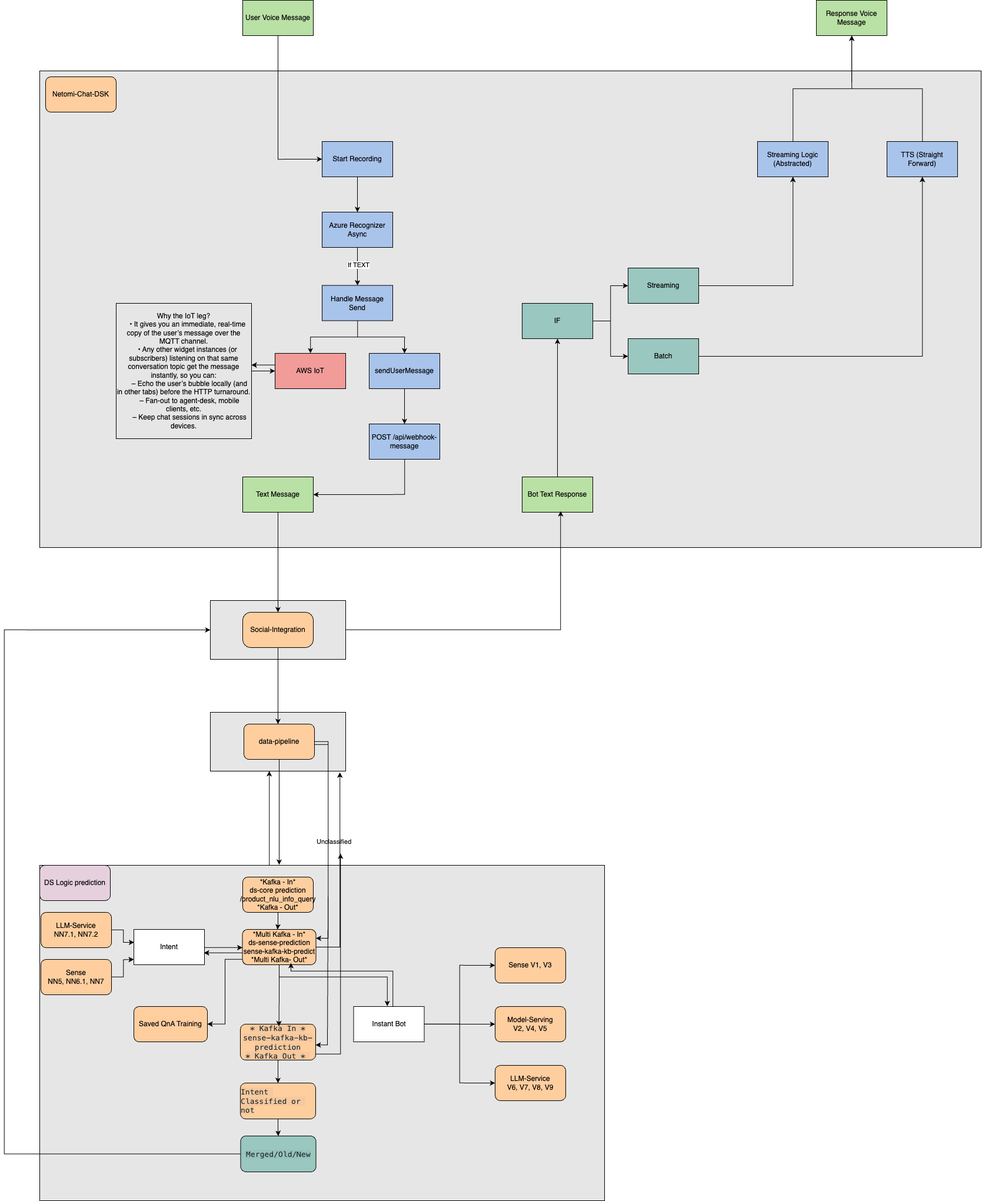
Before: Acrh Oration Current Detailed.png, a diagram exported from draw.io (anirudh-32/Images). Source tidied: cells renumbered, new cells last; positions are measured from the earlier drawing's top-left corner, leaving out a move shared by most shapes.
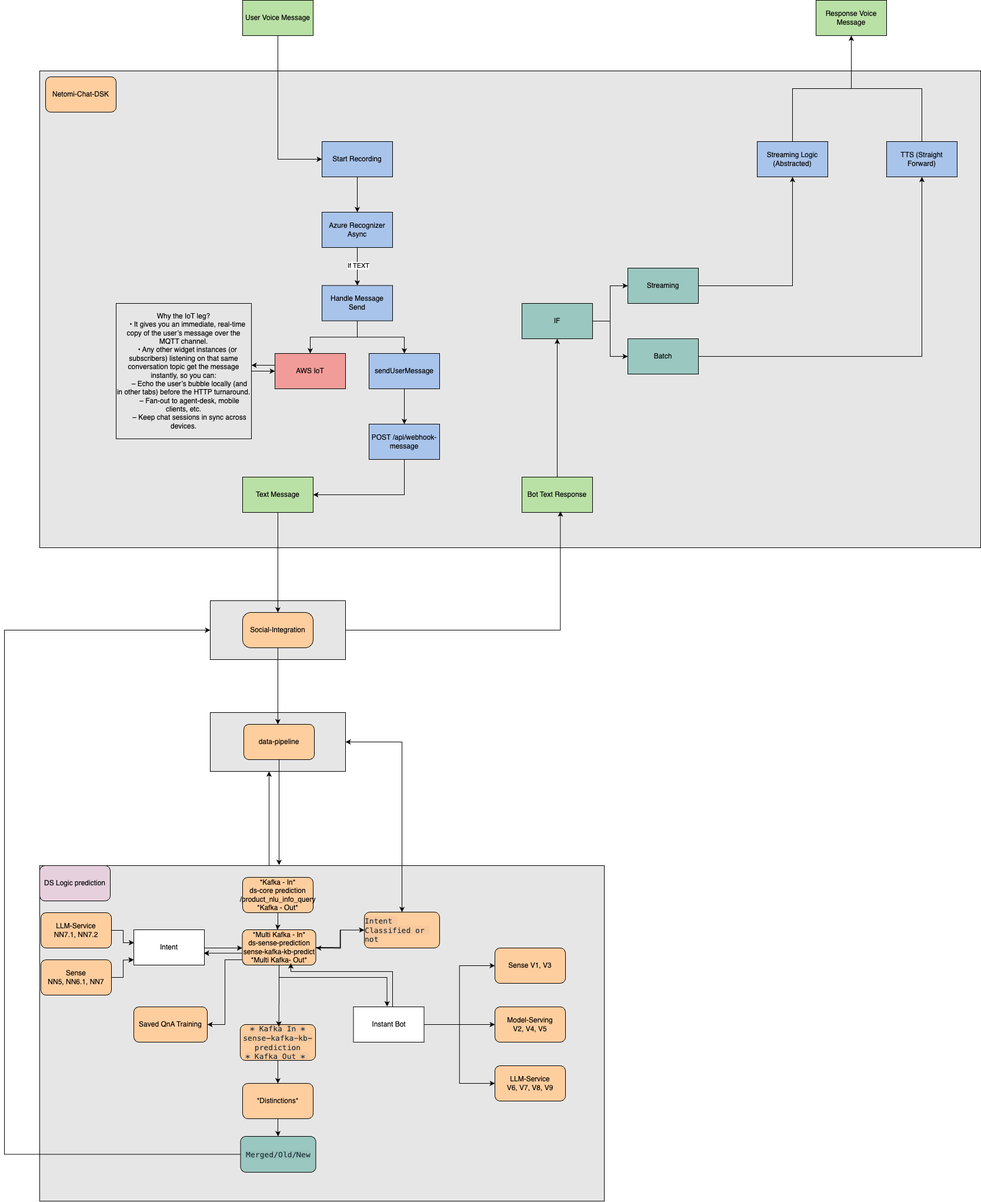
The same file after the commit.

The edit, as a diff of the source:
```diff
@@ -163,29 +163,6 @@
     <mxCell id="45" value="DS Logic prediction" style="rounded=1;whiteSpace=wrap;html=1;fillColor=#E6D0DE;" parent="1" vertex="1">
       <mxGeometry x="60" y="1470" width="120" height="60" as="geometry" />
     </mxCell>
-    <mxCell id="46" style="edgeStyle=orthogonalEdgeStyle;rounded=0;jettySize=auto;html=1;entryX=1;entryY=0.25;entryDx=0;entryDy=0;" parent="1" edge="1" source="49" target="56">
-      <mxGeometry relative="1" as="geometry">
-        <Array as="points">
-          <mxPoint x="550" y="1260" />
-          <mxPoint x="550" y="1594" />
-        </Array>
-      </mxGeometry>
-    </mxCell>
-    <mxCell id="47" value="&amp;nbsp; &amp;nbsp; &amp;nbsp; Unclassified" style="edgeLabel;html=1;align=center;verticalAlign=middle;" parent="46" vertex="1">
-      <mxGeometry x="0.01" y="-1" relative="1" as="geometry" />
-    </mxCell>
-    <mxCell id="48" style="edgeStyle=orthogonalEdgeStyle;rounded=0;orthogonalLoop=1;jettySize=auto;html=1;entryX=1;entryY=0.5;entryDx=0;entryDy=0;" parent="1" edge="1">
-      <mxGeometry relative="1" as="geometry">
-        <mxPoint x="527" y="1264.8" as="sourcePoint" />
-        <mxPoint x="529" y="1775.2" as="targetPoint" />
-        <Array as="points">
-          <mxPoint x="550" y="1264.8" />
-          <mxPoint x="550" y="1519.8" />
-          <mxPoint x="549" y="1519.8" />
-          <mxPoint x="549" y="1774.8" />
-        </Array>
-      </mxGeometry>
-    </mxCell>
     <mxCell id="49" value="data-pipeline" style="rounded=1;whiteSpace=wrap;html=1;fillColor=#FFCE9F;" parent="1" vertex="1">
       <mxGeometry x="407" y="1230" width="120" height="60" as="geometry" />
     </mxCell>
@@ -233,6 +210,9 @@
         </Array>
       </mxGeometry>
     </mxCell>
+    <mxCell id="82" style="edgeStyle=orthogonalEdgeStyle;rounded=0;jettySize=auto;html=1;" parent="1" edge="1" source="56" target="79">
+      <mxGeometry relative="1" as="geometry" />
+    </mxCell>
     <mxCell id="56" value="&lt;div&gt;&lt;br&gt;&lt;/div&gt;*Multi Kafka - In*&lt;div&gt;ds-sense-prediction&lt;/div&gt;&lt;div&gt;sense-kafka-kb-predict&lt;br&gt;*Multi Kafka- Out*&lt;br&gt;&lt;br&gt;&lt;/div&gt;" style="rounded=1;whiteSpace=wrap;html=1;fillColor=#FFCE9F;" parent="1" vertex="1">
       <mxGeometry x="404.5" y="1579" width="125" height="60" as="geometry" />
     </mxCell>
@@ -261,15 +241,6 @@
         <mxPoint x="220" y="1630" as="targetPoint" />
       </mxGeometry>
     </mxCell>
-    <mxCell id="63" style="edgeStyle=orthogonalEdgeStyle;rounded=0;jettySize=auto;html=1;" parent="1" edge="1" source="56">
-      <mxGeometry relative="1" as="geometry">
-        <mxPoint x="570" y="1310" as="targetPoint" />
-        <Array as="points">
-          <mxPoint x="570" y="1609" />
-          <mxPoint x="570" y="1312" />
-        </Array>
-      </mxGeometry>
-    </mxCell>
     <mxCell id="64" style="edgeStyle=orthogonalEdgeStyle;rounded=0;jettySize=auto;html=1;entryX=0.477;entryY=0;entryDx=0;entryDy=0;entryPerimeter=0;" parent="1" edge="1" source="52" target="56">
       <mxGeometry relative="1" as="geometry" />
     </mxCell>
@@ -297,9 +268,9 @@
     <mxCell id="72" value="Saved QnA Training" style="rounded=1;whiteSpace=wrap;html=1;fillColor=#FFCE9F;" parent="1" vertex="1">
       <mxGeometry x="220" y="1710" width="125" height="60" as="geometry" />
     </mxCell>
-    <mxCell id="73" style="edgeStyle=orthogonalEdgeStyle;rounded=0;jettySize=auto;html=1;" parent="1" edge="1" source="74" target="79">
-      <mxGeometry relative="1" as="geometry" />
-    </mxCell>
+    <mxCell id="83" style="edgeStyle=orthogonalEdgeStyle;rounded=0;jettySize=auto;html=1;" parent="1" edge="1" source="74" target="88">
+      <mxGeometry relative="1" as="geometry" />
+    </mxCell>
     <mxCell id="74" value="&lt;div&gt;&lt;span style=&quot;white-space-collapse: preserve; color: rgba(28, 43, 52, 0.98); font-family: &amp;quot;Roboto Mono&amp;quot;, Menlo, &amp;quot;Liberation Mono&amp;quot;, Courier, monospace; font-size: 13px; text-align: left; background-color: rgba(88, 95, 112, 0.05);&quot;&gt;* Kafka In *&lt;/span&gt;&lt;/div&gt;&lt;span style=&quot;white-space-collapse: preserve; color: rgba(28, 43, 52, 0.98); font-family: &amp;quot;Roboto Mono&amp;quot;, Menlo, &amp;quot;Liberation Mono&amp;quot;, Courier, monospace; font-size: 13px; text-align: left; background-color: rgba(88, 95, 112, 0.05);&quot;&gt;sense&lt;/span&gt;&lt;span style=&quot;white-space-collapse: preserve; box-sizing: inherit; --code-background: var(--code-background-default,var(--ui-code-background)); --code-marker-background: #f2ecfc#b48fe11a; --code-marker-column-background: #cbb1ed80#b48fe133; --code-border: #e2e5ed#2c2b2b; --code-marker-numbers: #373b4680#ffffff4d; --code-text-purple: #632ca6#a26dd8; --code-text-yellow: #de5f0c#a68716; --code-text-green: #2a7e41#40ab5e; --code-text-blue: #006bc2#3d8bd0; --code-text-pink: #d60f86#ff00c7; --selected-code-highlight-color: #373b4633#d4d1d633; --code-text: var(--ui-text); font-family: &amp;quot;Roboto Mono&amp;quot;, Menlo, &amp;quot;Liberation Mono&amp;quot;, Courier, monospace; font-size: 13px; text-align: left; background-color: rgba(88, 95, 112, 0.05);&quot; class=&quot;hllog_quoted-string&quot;&gt;-&lt;/span&gt;&lt;span style=&quot;white-space-collapse: preserve; color: rgba(28, 43, 52, 0.98); font-family: &amp;quot;Roboto Mono&amp;quot;, Menlo, &amp;quot;Liberation Mono&amp;quot;, Courier, monospace; font-size: 13px; text-align: left; background-color: rgba(88, 95, 112, 0.05);&quot;&gt;kafka-kb&lt;/span&gt;&lt;span style=&quot;white-space-collapse: preserve; box-sizing: inherit; --code-background: var(--code-background-default,var(--ui-code-background)); --code-marker-background: #f2ecfc#b48fe11a; --code-marker-column-background: #cbb1ed80#b48fe133; --code-border: #e2e5ed#2c2b2b; --code-marker-numbers: #373b4680#ffffff4d; --code-text-purple: #632ca6#a26dd8; --code-text-yellow: #de5f0c#a68716; --code-text-green: #2a7e41#40ab5e; --code-text-blue: #006bc2#3d8bd0; --code-text-pink: #d60f86#ff00c7; --selected-code-highlight-color: #373b4633#d4d1d633; --code-text: var(--ui-text); font-family: &amp;quot;Roboto Mono&amp;quot;, Menlo, &amp;quot;Liberation Mono&amp;quot;, Courier, monospace; font-size: 13px; text-align: left; background-color: rgba(88, 95, 112, 0.05);&quot; class=&quot;hllog_quoted-string&quot;&gt;-&lt;/span&gt;&lt;span style=&quot;white-space-collapse: preserve; color: rgba(28, 43, 52, 0.98); font-family: &amp;quot;Roboto Mono&amp;quot;, Menlo, &amp;quot;Liberation Mono&amp;quot;, Courier, monospace; font-size: 13px; text-align: left; background-color: rgba(88, 95, 112, 0.05);&quot;&gt;prediction&lt;br/&gt;* Kafka Out * &lt;/span&gt;" style="rounded=1;whiteSpace=wrap;html=1;fillColor=#FFCE9F;" parent="1" vertex="1">
       <mxGeometry x="401" y="1740" width="128" height="61" as="geometry" />
     </mxCell>
@@ -314,22 +285,20 @@
         </Array>
       </mxGeometry>
     </mxCell>
-    <mxCell id="77" style="edgeStyle=orthogonalEdgeStyle;rounded=0;jettySize=auto;html=1;" parent="1" edge="1" source="79" target="81">
-      <mxGeometry relative="1" as="geometry" />
-    </mxCell>
-    <mxCell id="78" style="edgeStyle=orthogonalEdgeStyle;rounded=0;orthogonalLoop=1;jettySize=auto;html=1;exitX=0.991;exitY=0.831;exitDx=0;exitDy=0;exitPerimeter=0;" parent="1" edge="1">
-      <mxGeometry relative="1" as="geometry">
-        <mxPoint x="529" y="1790.7" as="sourcePoint" />
-        <mxPoint x="571.1" y="1450" as="targetPoint" />
-        <Array as="points">
-          <mxPoint x="571.1" y="1791" />
-          <mxPoint x="571.1" y="1460" />
-          <mxPoint x="572.1" y="1460" />
-        </Array>
-      </mxGeometry>
-    </mxCell>
+    <mxCell id="84" style="edgeStyle=orthogonalEdgeStyle;rounded=0;jettySize=auto;html=1;" parent="1" edge="1" source="79">
+      <mxGeometry relative="1" as="geometry">
+        <mxPoint x="530" y="1610" as="targetPoint" />
+      </mxGeometry>
+    </mxCell>
+    <mxCell id="85" style="edgeStyle=orthogonalEdgeStyle;rounded=0;jettySize=auto;html=1;entryX=1;entryY=0.5;entryDx=0;entryDy=0;" parent="1" edge="1" source="79" target="2">
+      <mxGeometry relative="1" as="geometry">
+        <Array as="points">
+          <mxPoint x="676" y="1260" />
+        </Array>
+      </mxGeometry>
+    </mxCell>
     <mxCell id="79" value="&lt;div style=&quot;text-align: left;&quot;&gt;&lt;font face=&quot;Roboto Mono, Menlo, Liberation Mono, Courier, monospace&quot; color=&quot;rgba(28, 43, 52, 0.98)&quot;&gt;&lt;span style=&quot;font-size: 13px; white-space-collapse: preserve; background-color: rgba(88, 95, 112, 0.05);&quot;&gt;Intent Classified or not&lt;/span&gt;&lt;/font&gt;&lt;/div&gt;" style="rounded=1;whiteSpace=wrap;html=1;fillColor=#FFCE9F;" parent="1" vertex="1">
-      <mxGeometry x="401" y="1840" width="128" height="61" as="geometry" />
+      <mxGeometry x="612" y="1549" width="128" height="61" as="geometry" />
     </mxCell>
     <mxCell id="80" style="edgeStyle=orthogonalEdgeStyle;rounded=0;jettySize=auto;html=1;entryX=0;entryY=0.5;entryDx=0;entryDy=0;" parent="1" edge="1" source="81" target="4">
       <mxGeometry relative="1" as="geometry">
@@ -342,5 +311,14 @@
     <mxCell id="81" value="&lt;div style=&quot;text-align: left;&quot;&gt;&lt;font face=&quot;Roboto Mono, Menlo, Liberation Mono, Courier, monospace&quot; color=&quot;rgba(28, 43, 52, 0.98)&quot;&gt;&lt;span style=&quot;font-size: 13px; white-space-collapse: preserve; background-color: rgba(88, 95, 112, 0.05);&quot;&gt;Merged/Old/New&lt;/span&gt;&lt;/font&gt;&lt;/div&gt;" style="rounded=1;whiteSpace=wrap;html=1;fillColor=#9AC7BF;" parent="1" vertex="1">
       <mxGeometry x="401.5" y="1930" width="128" height="61" as="geometry" />
     </mxCell>
+    <mxCell id="86" style="edgeStyle=orthogonalEdgeStyle;rounded=0;jettySize=auto;html=1;" parent="1" edge="1" source="2" target="79">
+      <mxGeometry relative="1" as="geometry" />
+    </mxCell>
+    <mxCell id="87" style="edgeStyle=orthogonalEdgeStyle;rounded=0;jettySize=auto;html=1;" parent="1" edge="1" source="88" target="81">
+      <mxGeometry relative="1" as="geometry" />
+    </mxCell>
+    <mxCell id="88" value="*Distinctions*" style="whiteSpace=wrap;html=1;fillColor=#FFCE9F;rounded=1;" parent="1" vertex="1">
+      <mxGeometry x="405" y="1840" width="120" height="60" as="geometry" />
+    </mxCell>
   </root>
 </mxGraphModel>
```
